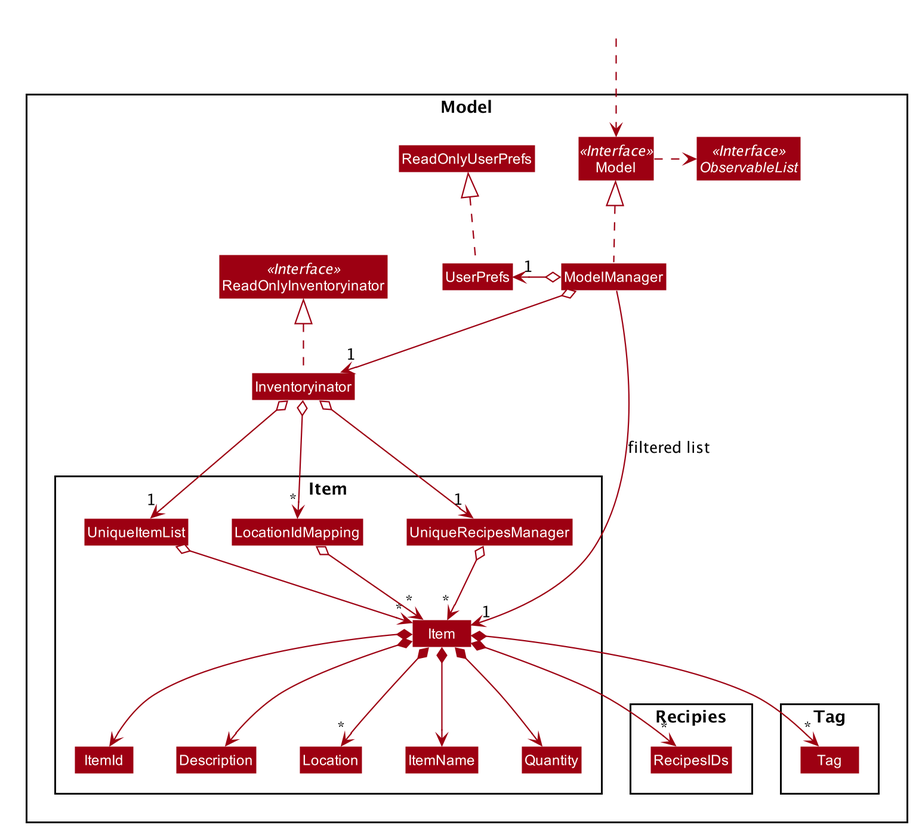
This is docs/images/ModelClassDiagram.png from nus-cs2103-AY2021S1/tp, a PlantUML export, as it was before one commit.
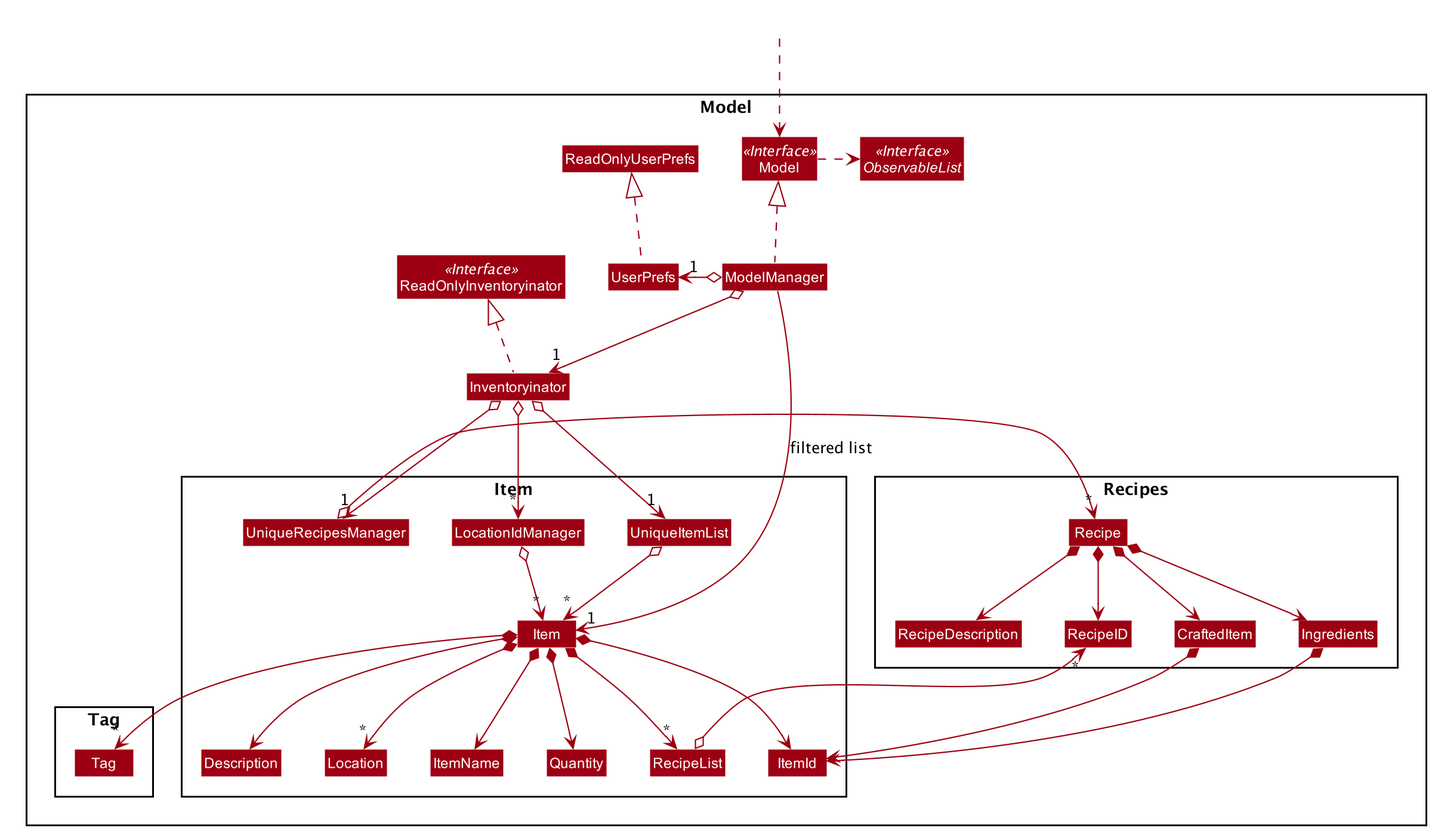
After the commit.

Change to the diagram source:
```diff
@@ -70,11 +70,16 @@
 Class ItemName
 Class Quantity
 Class UniqueItemList
-Class LocationIdMapping
+Class LocationIdManager
 Class UniqueRecipesManager
+Class RecipeList
 }
-Package Recipies {
-Class RecipesIDs
+Package Recipes {
+Class Recipe
+Class Ingredients
+Class RecipeID
+Class CraftedItem
+Class RecipeDescription
 }
 
 Package Tag {
@@ -95,10 +100,18 @@
 
 Inventoryinator o--> "1" UniqueItemList
 UniqueItemList o--> "*" Item
-Inventoryinator o--> "*" LocationIdMapping
-LocationIdMapping o--> "*" Item
+Inventoryinator o--> "*" LocationIdManager
+LocationIdManager o--> "*" Item
 Inventoryinator o--> "1" UniqueRecipesManager
-UniqueRecipesManager o--> "*" Item
+UniqueRecipesManager o--> "*" Recipe
+
+Recipe *--> RecipeID
+Recipe *--> Ingredients
+Recipe *--> CraftedItem
+Recipe *--> RecipeDescription
+RecipeList o--> "*" RecipeID
+Ingredients *--> ItemId
+CraftedItem *--> ItemId
 
 Item *--> ItemName
 Item *--> Quantity
@@ -106,7 +119,7 @@
 Item *--> Description
 Item *--> "*" Tag
 Item *--> ItemId
-Item *--> "*" RecipesIDs
+Item *--> "*" RecipeList
 
 ModelManager -->"1" Item : filtered list
 @enduml
```
